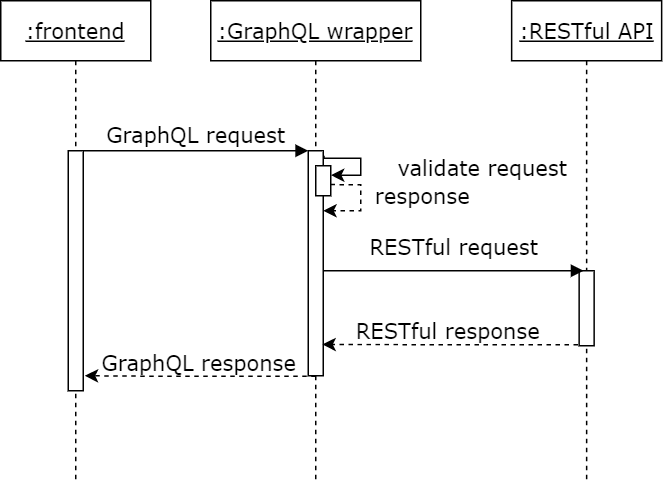
This is figures/realization/graphqlWrapper.png from lakhoune/bachelor-thesis, a draw.io export, as it was before one commit. Source tidied: cells renumbered, new cells last; positions are measured from the earlier drawing's top-left corner, leaving out a move shared by most shapes.
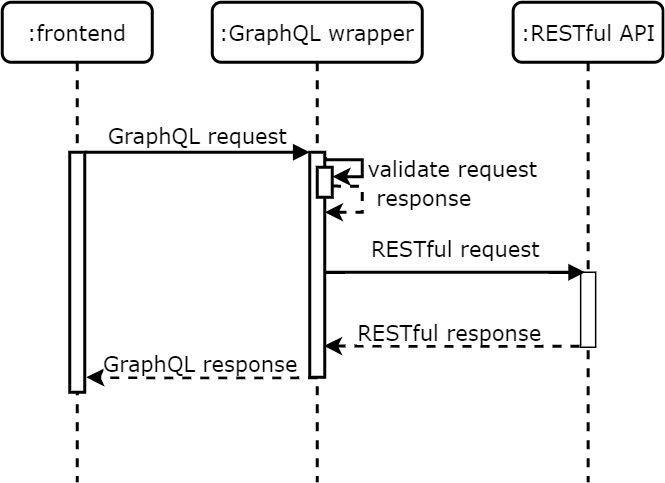
The same diagram one commit later.

Change to the diagram source:
```diff
@@ -2,7 +2,7 @@
   <root>
     <mxCell id="0" />
     <mxCell id="1" parent="0" />
-    <mxCell id="2" style="endArrow=classic;html=1;exitX=0.984;exitY=0.629;exitDx=0;exitDy=0;exitPerimeter=0;edgeStyle=orthogonalEdgeStyle;rounded=0;dashed=1;fillColor=#f5f5f5;strokeColor=#000000;fontFamily=Verdana;fontSize=14;" parent="1" edge="1" source="14">
+    <mxCell id="2" style="endArrow=classic;html=1;exitX=0.984;exitY=0.629;exitDx=0;exitDy=0;exitPerimeter=0;edgeStyle=orthogonalEdgeStyle;rounded=0;dashed=1;fillColor=#f5f5f5;strokeColor=#000000;fontFamily=Verdana;fontSize=14;strokeWidth=2;" parent="1" edge="1" source="14">
       <mxGeometry relative="1" as="geometry">
         <mxPoint x="215" y="140" as="targetPoint" />
         <Array as="points">
@@ -16,31 +16,31 @@
         <mxPoint x="40.1" y="-2.5" as="offset" />
       </mxGeometry>
     </mxCell>
-    <mxCell id="4" value="&lt;u style=&quot;font-size: 14px;&quot;&gt;:GraphQL wrapper&lt;/u&gt;" style="shape=umlLifeline;perimeter=lifelinePerimeter;whiteSpace=wrap;html=1;rounded=0;shadow=0;comic=0;labelBackgroundColor=none;strokeWidth=1;fontFamily=Verdana;fontSize=14;align=center;" parent="1" vertex="1">
+    <mxCell id="4" value="&lt;span style=&quot;font-size: 14px&quot;&gt;:GraphQL wrapper&lt;/span&gt;" style="shape=umlLifeline;perimeter=lifelinePerimeter;whiteSpace=wrap;html=1;rounded=1;shadow=0;comic=0;labelBackgroundColor=none;strokeWidth=2;fontFamily=Verdana;fontSize=14;align=center;" parent="1" vertex="1">
       <mxGeometry x="140" width="140" height="320" as="geometry" />
     </mxCell>
-    <mxCell id="5" style="html=1;points=[];perimeter=orthogonalPerimeter;rounded=0;shadow=0;comic=0;labelBackgroundColor=none;strokeWidth=1;fontFamily=Verdana;fontSize=14;align=center;" parent="4" vertex="1">
+    <mxCell id="5" style="html=1;points=[];perimeter=orthogonalPerimeter;rounded=0;shadow=0;comic=0;labelBackgroundColor=none;strokeWidth=2;fontFamily=Verdana;fontSize=14;align=center;" parent="4" vertex="1">
       <mxGeometry x="65" y="100" width="10" height="150" as="geometry" />
     </mxCell>
-    <mxCell id="6" value="&lt;u style=&quot;font-size: 14px;&quot;&gt;:RESTful API&lt;/u&gt;" style="shape=umlLifeline;perimeter=lifelinePerimeter;whiteSpace=wrap;html=1;rounded=0;shadow=0;comic=0;labelBackgroundColor=none;strokeWidth=1;fontFamily=Verdana;fontSize=14;align=center;" parent="1" vertex="1">
+    <mxCell id="6" value="&lt;span style=&quot;font-size: 14px&quot;&gt;:RESTful API&lt;/span&gt;" style="shape=umlLifeline;perimeter=lifelinePerimeter;whiteSpace=wrap;html=1;rounded=1;shadow=0;comic=0;labelBackgroundColor=none;strokeWidth=2;fontFamily=Verdana;fontSize=14;align=center;" parent="1" vertex="1">
       <mxGeometry x="340.6" width="100" height="320" as="geometry" />
     </mxCell>
     <mxCell id="7" style="html=1;points=[];perimeter=orthogonalPerimeter;rounded=0;shadow=0;comic=0;labelBackgroundColor=none;strokeWidth=1;fontFamily=Verdana;fontSize=14;align=center;" parent="6" vertex="1">
       <mxGeometry x="45" y="180" width="10" height="50" as="geometry" />
     </mxCell>
-    <mxCell id="8" value="&lt;u style=&quot;font-size: 14px;&quot;&gt;:frontend&lt;/u&gt;" style="shape=umlLifeline;perimeter=lifelinePerimeter;whiteSpace=wrap;html=1;rounded=0;shadow=0;comic=0;labelBackgroundColor=none;strokeWidth=1;fontFamily=Verdana;fontSize=14;align=center;" parent="1" vertex="1">
+    <mxCell id="8" value="&lt;span style=&quot;font-size: 14px&quot;&gt;:frontend&lt;/span&gt;" style="shape=umlLifeline;perimeter=lifelinePerimeter;whiteSpace=wrap;html=1;rounded=1;shadow=0;comic=0;labelBackgroundColor=none;strokeWidth=2;fontFamily=Verdana;fontSize=14;align=center;" parent="1" vertex="1">
       <mxGeometry width="100" height="320" as="geometry" />
     </mxCell>
-    <mxCell id="9" style="html=1;points=[];perimeter=orthogonalPerimeter;rounded=0;shadow=0;comic=0;labelBackgroundColor=none;strokeWidth=1;fontFamily=Verdana;fontSize=14;align=center;" parent="8" vertex="1">
+    <mxCell id="9" style="html=1;points=[];perimeter=orthogonalPerimeter;rounded=0;shadow=0;comic=0;labelBackgroundColor=none;strokeWidth=2;fontFamily=Verdana;fontSize=14;align=center;" parent="8" vertex="1">
       <mxGeometry x="45" y="100" width="10" height="160" as="geometry" />
     </mxCell>
-    <mxCell id="10" value="GraphQL request" style="html=1;verticalAlign=bottom;endArrow=block;entryX=0;entryY=0;labelBackgroundColor=none;fontFamily=Verdana;fontSize=14;edgeStyle=elbowEdgeStyle;elbow=vertical;" parent="1" edge="1" source="9" target="5">
+    <mxCell id="10" value="GraphQL request" style="html=1;verticalAlign=bottom;endArrow=block;entryX=0;entryY=0;labelBackgroundColor=none;fontFamily=Verdana;fontSize=14;edgeStyle=elbowEdgeStyle;elbow=vertical;strokeWidth=2;" parent="1" edge="1" source="9" target="5">
       <mxGeometry relative="1" as="geometry" />
     </mxCell>
-    <mxCell id="11" value="RESTful request" style="html=1;verticalAlign=bottom;endArrow=block;entryX=0.3;entryY=0;labelBackgroundColor=none;fontFamily=Verdana;fontSize=14;edgeStyle=elbowEdgeStyle;elbow=vertical;entryDx=0;entryDy=0;entryPerimeter=0;" parent="1" edge="1" source="5" target="7">
+    <mxCell id="11" value="RESTful request" style="html=1;verticalAlign=bottom;endArrow=block;entryX=0.3;entryY=0;labelBackgroundColor=none;fontFamily=Verdana;fontSize=14;edgeStyle=elbowEdgeStyle;elbow=vertical;entryDx=0;entryDy=0;entryPerimeter=0;strokeWidth=2;" parent="1" edge="1" source="5" target="7">
       <mxGeometry y="5" relative="1" as="geometry" />
     </mxCell>
-    <mxCell id="12" style="edgeStyle=orthogonalEdgeStyle;rounded=0;jettySize=auto;html=1;entryX=1.011;entryY=0.313;entryDx=0;entryDy=0;entryPerimeter=0;exitX=1.053;exitY=0.022;exitDx=0;exitDy=0;exitPerimeter=0;fontFamily=Verdana;fontSize=14;" parent="1" edge="1" source="5" target="14">
+    <mxCell id="12" style="edgeStyle=orthogonalEdgeStyle;rounded=0;jettySize=auto;html=1;entryX=1.011;entryY=0.313;entryDx=0;entryDy=0;entryPerimeter=0;exitX=1.053;exitY=0.022;exitDx=0;exitDy=0;exitPerimeter=0;fontFamily=Verdana;fontSize=14;strokeWidth=2;" parent="1" edge="1" source="5" target="14">
       <mxGeometry relative="1" as="geometry">
         <Array as="points">
           <mxPoint x="240" y="105" />
@@ -50,13 +50,13 @@
     </mxCell>
     <mxCell id="13" value="validate request" style="text;html=1;align=center;verticalAlign=middle;labelBackgroundColor=#ffffff;fontFamily=Verdana;fontSize=14;" parent="12" vertex="1">
       <mxGeometry x="-0.13" y="-3" relative="1" as="geometry">
-        <mxPoint x="82" y="2" as="offset" />
+        <mxPoint x="61.2" y="2" as="offset" />
       </mxGeometry>
     </mxCell>
-    <mxCell id="14" style="html=1;points=[];perimeter=orthogonalPerimeter;rounded=0;shadow=0;comic=0;labelBackgroundColor=none;strokeWidth=1;fontFamily=Verdana;fontSize=14;align=center;" parent="1" vertex="1">
+    <mxCell id="14" style="html=1;points=[];perimeter=orthogonalPerimeter;rounded=0;shadow=0;comic=0;labelBackgroundColor=none;strokeWidth=2;fontFamily=Verdana;fontSize=14;align=center;" parent="1" vertex="1">
       <mxGeometry x="210" y="110" width="10" height="20" as="geometry" />
     </mxCell>
-    <mxCell id="15" style="edgeStyle=orthogonalEdgeStyle;rounded=0;jettySize=auto;html=1;dashed=1;strokeColor=#000000;entryX=0.942;entryY=0.861;entryDx=0;entryDy=0;entryPerimeter=0;exitX=-0.08;exitY=0.988;exitDx=0;exitDy=0;exitPerimeter=0;fontFamily=Verdana;fontSize=14;" parent="1" edge="1" source="7" target="5">
+    <mxCell id="15" style="edgeStyle=orthogonalEdgeStyle;rounded=0;jettySize=auto;html=1;dashed=1;strokeColor=#000000;entryX=0.942;entryY=0.861;entryDx=0;entryDy=0;entryPerimeter=0;exitX=-0.08;exitY=0.988;exitDx=0;exitDy=0;exitPerimeter=0;fontFamily=Verdana;fontSize=14;strokeWidth=2;" parent="1" edge="1" source="7" target="5">
       <mxGeometry relative="1" as="geometry">
         <Array as="points">
           <mxPoint x="340" y="229" />
@@ -69,7 +69,7 @@
         <mxPoint x="9.4" y="-9.4" as="offset" />
       </mxGeometry>
     </mxCell>
-    <mxCell id="17" style="edgeStyle=orthogonalEdgeStyle;rounded=0;orthogonalLoop=1;jettySize=auto;html=1;dashed=1;strokeColor=#000000;exitX=-0.08;exitY=0.988;exitDx=0;exitDy=0;exitPerimeter=0;fontFamily=Verdana;fontSize=14;" parent="1" edge="1">
+    <mxCell id="17" style="edgeStyle=orthogonalEdgeStyle;rounded=0;orthogonalLoop=1;jettySize=auto;html=1;dashed=1;strokeColor=#000000;exitX=-0.08;exitY=0.988;exitDx=0;exitDy=0;exitPerimeter=0;fontFamily=Verdana;fontSize=14;strokeWidth=2;" parent="1" edge="1">
       <mxGeometry relative="1" as="geometry">
         <mxPoint x="210" y="250.2" as="sourcePoint" />
         <mxPoint x="56" y="250" as="targetPoint" />
```
